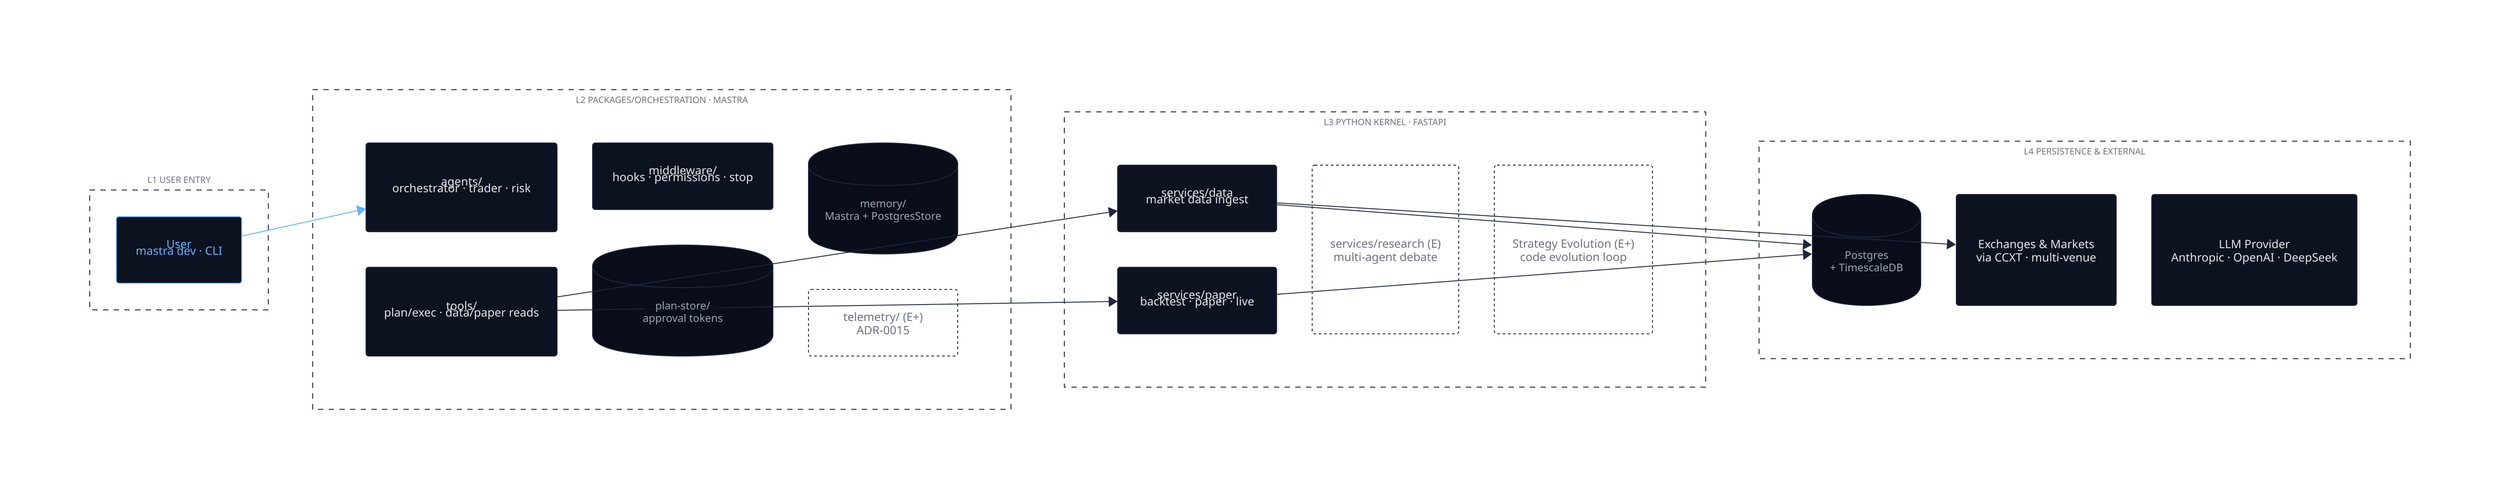
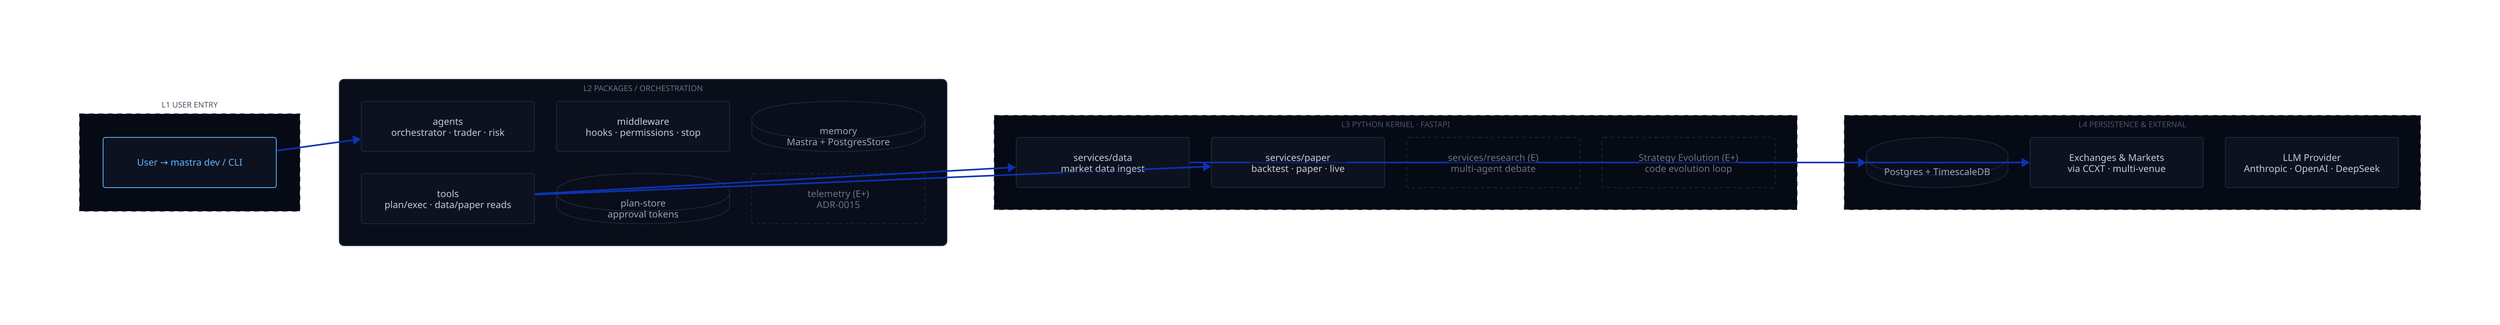
# Inalpha · System Architecture
# Aesthetic: engineering schematic · terminal · broadsheet
- # No colored boxes. Hairline rules. Mono + cyan accent.
+ # Monochrome base + subtle layer differentiation.
#
# Regenerate:
- #   d2 --theme=0 --pad=32 assets/agent-runtime.d2 assets/agent-runtime.svg
+ #   d2 --theme=0 --pad=40 assets/agent-runtime.d2 assets/agent-runtime.svg

direction: down
+ grid-gap: 48

vars: {
  d2-config: {
    layout-engine: elk
    theme-id: 0
  }
}

classes: {
  node: {
+     width: 220; height: 64
    style: {
      stroke: "#1f2740"; stroke-width: 1
-       fill: "#0d1220"; font-color: "#e5e5e7"
-       border-radius: 3; font-size: 13
+       fill: "#0d1220"; font-color: "#c4c9d4"
+       border-radius: 3; font-size: 12
    }
  }
-   node-accent: {
+   node-cyan: {
+     width: 220; height: 64
    style: {
      stroke: "#5fb3ff"; stroke-width: 1
      fill: "#0d1220"; font-color: "#5fb3ff"
-       border-radius: 3; font-size: 13
+       border-radius: 3; font-size: 12
    }
  }
  node-muted: {
+     width: 220; height: 64
    style: {
-       stroke: "#1f2740"; stroke-width: 1; stroke-dash: 3
+       stroke: "#1f2740"; stroke-width: 1; stroke-dash: 4
      fill: "transparent"; font-color: "#6b7280"
-       border-radius: 3; font-size: 13
+       border-radius: 3; font-size: 12
    }
  }
  cyl: {
+     width: 180; height: 64
    style: {
      stroke: "#1f2740"; stroke-width: 1
      fill: "#0a0e1a"; font-color: "#9ba3b4"
      font-size: 12
    }
  }
  layer: {
    style: {
      stroke: "#1f2740"; stroke-width: 1; stroke-dash: 6
-       fill: "transparent"; font-color: "#6b7280"
+       fill: "#060a14"; font-color: "#4b5563"
      font-size: 10
    }
  }
-   edge: {
+   layer-mid: {
    style: {
-       stroke: "#1f2740"; stroke-width: 1
-       font-color: "#4b5563"; font-size: 10
-       animated: false
-     }
-   }
-   edge-cyan: {
-     style: {
-       stroke: "#5fb3ff"; stroke-width: 1; stroke-dash: 3
-       font-color: "#6b7280"; font-size: 10
-       animated: false
+       stroke: "#2d3750"; stroke-width: 1
+       fill: "#090e1a"; font-color: "#6b7280"
+       border-radius: 6; font-size: 10
    }
  }
}

- # ── L1 ──
L1: "L1  USER ENTRY" {
  class: layer
-   user: "User\nmastra dev · CLI\n\n" { class: node-accent }
+   user: "User  →  mastra dev / CLI" {
+     class: node-cyan
+   }
}

- # ── L2 ──
- L2: "L2  PACKAGES/ORCHESTRATION  ·  MASTRA" {
-   class: layer
+ L2: "L2  PACKAGES / ORCHESTRATION" {
+   class: layer-mid
  grid-columns: 3
+   grid-gap: 28

-   agents: "agents/\norchestrator · trader · risk\n\n" { class: node }
-   tools:  "tools/\nplan/exec · data/paper reads\n\n" { class: node }
-   mid:    "middleware/\nhooks · permissions · stop\n\n" { class: node }
-   plans:  "plan-store/\napproval tokens" { class: cyl; shape: cylinder }
-   mem:    "memory/\nMastra + PostgresStore" { class: cyl; shape: cylinder }
-   evt:    "telemetry/ (E+)\nADR-0015" { class: node-muted }
+   agents: "agents\norchestrator · trader · risk" { class: node }
+   tools:  "tools\nplan/exec · data/paper reads"   { class: node }
+   mid:    "middleware\nhooks · permissions · stop" { class: node }
+   plans:  "plan-store\napproval tokens"           { class: cyl; shape: cylinder }
+   mem:    "memory\nMastra + PostgresStore"        { class: cyl; shape: cylinder }
+   evt:    "telemetry  (E+)\nADR-0015"              { class: node-muted }
}

- # ── L3 ──
L3: "L3  PYTHON KERNEL  ·  FASTAPI" {
  class: layer
-   grid-columns: 3
+   grid-columns: 4
+   grid-gap: 28

-   data:     "services/data\nmarket data ingest\n\n" { class: node }
-   paper:    "services/paper\nbacktest · paper · live\n\n" { class: node }
-   research: "services/research (E)\nmulti-agent debate" { class: node-muted }
-   evo:      "Strategy Evolution (E+)\ncode evolution loop" { class: node-muted }
+   data:     "services/data\nmarket data ingest"      { class: node }
+   paper:    "services/paper\nbacktest · paper · live" { class: node }
+   research: "services/research  (E)\nmulti-agent debate" { class: node-muted }
+   evo:      "Strategy Evolution  (E+)\ncode evolution loop" { class: node-muted }
}

- # ── L4 ──
L4: "L4  PERSISTENCE & EXTERNAL" {
  class: layer
  grid-columns: 3
+   grid-gap: 28

-   db:      "Postgres\n+ TimescaleDB" { class: cyl; shape: cylinder }
+   db:      "Postgres  +  TimescaleDB" { class: cyl; shape: cylinder }
  markets: "Exchanges & Markets\nvia CCXT · multi-venue" { class: node }
  llm:     "LLM Provider\nAnthropic · OpenAI · DeepSeek" { class: node }
}

- # ── Connections ──
- L1.user  -> L2.agents { style: { stroke: "#5fb3ff"; stroke-width: 1; font-color: "#6b7280"; font-size: 10 } }
- L2.tools -> L3.data   { style: { stroke: "#1f2740"; stroke-width: 1 } }
- L2.tools -> L3.paper  { style: { stroke: "#1f2740"; stroke-width: 1 } }
- L3.data  -> L4.db     { style: { stroke: "#1f2740"; stroke-width: 1 } }
- L3.paper -> L4.db     { style: { stroke: "#1f2740"; stroke-width: 1 } }
- L3.data  -> L4.markets{ style: { stroke: "#1f2740"; stroke-width: 1 } }
+ L1.user  -> L2.agents
+ L2.tools -> L3.data
+ L2.tools -> L3.paper
+ L3.data  -> L4.db
+ L3.paper -> L4.db
+ L3.data  -> L4.markets
